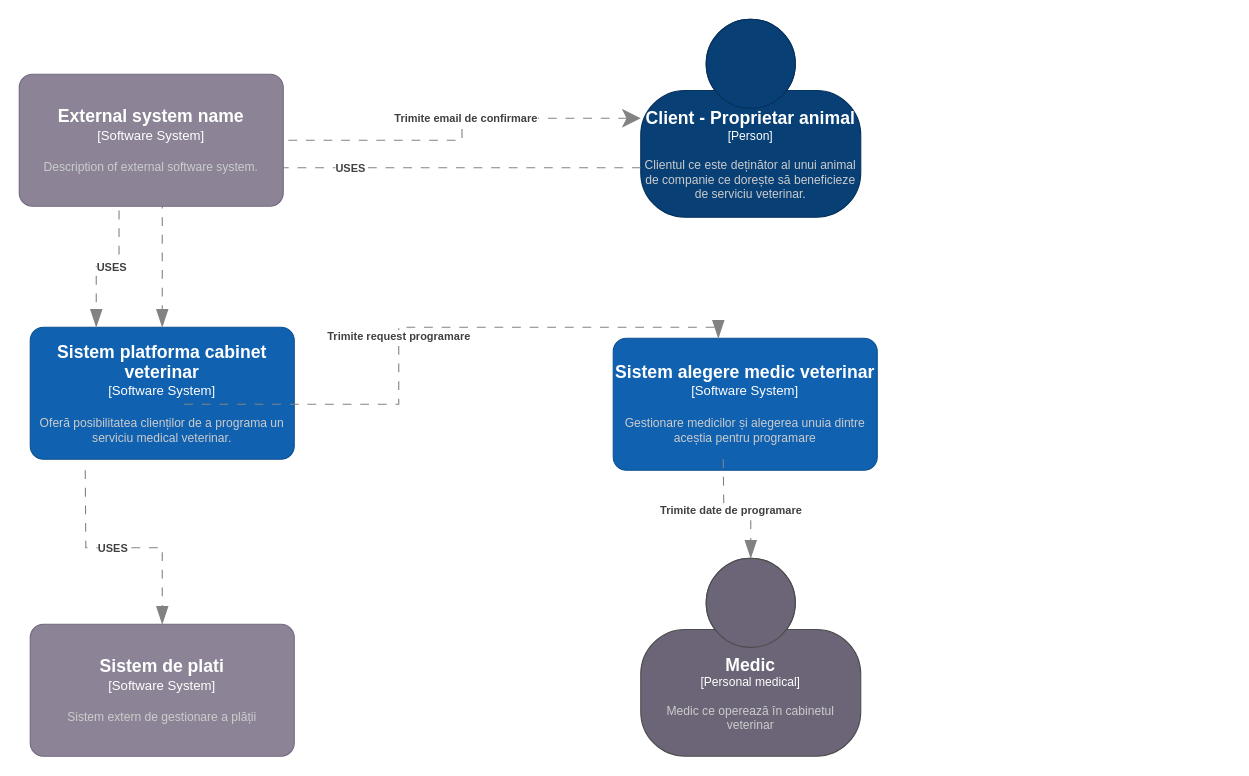
Above: Level1-Context.drawio in MateiTiplea/Lab4_IP (draw.io), before the change. Source tidied: cells renumbered, new cells numbered last; positions are measured from the earlier drawing's top-left corner, leaving out a move shared by most shapes. Both pictures are drawn from the tidied source at 110%, with x=0, y=0 at pixel (19, 19).
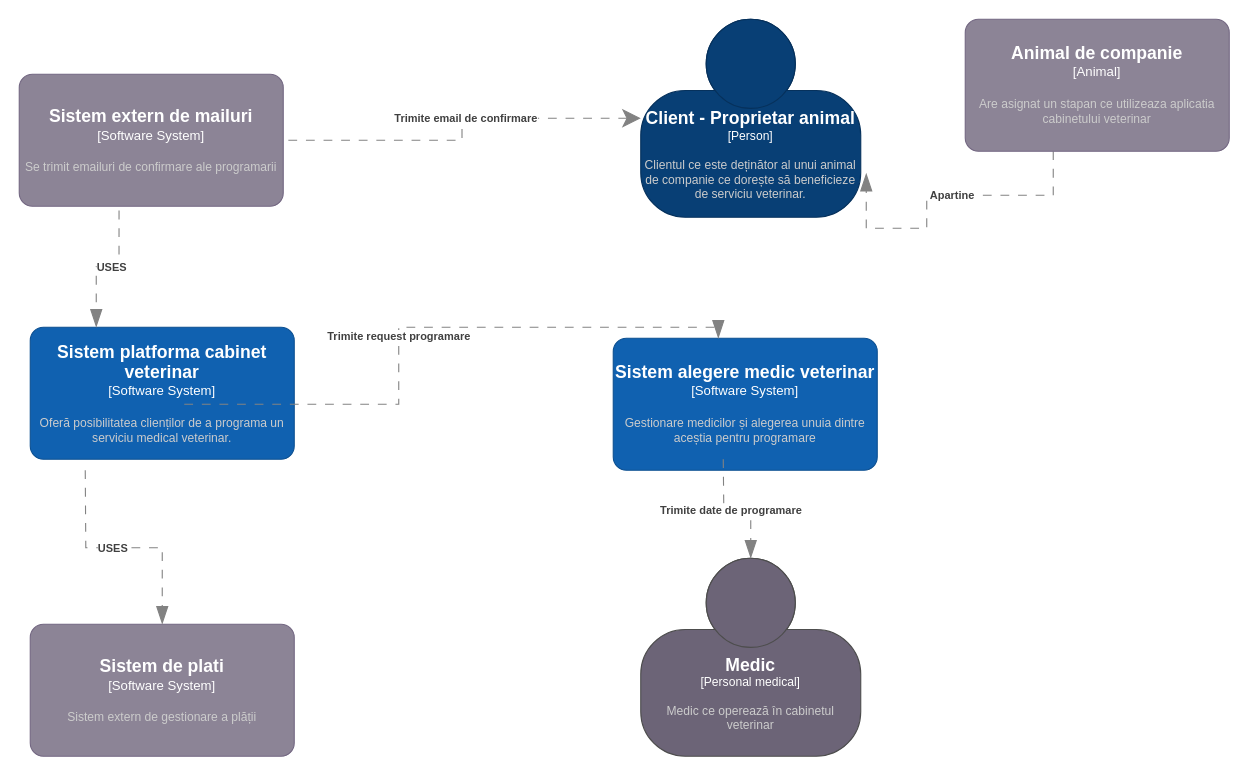
After the change.

Commit message (it also covers changes not shown here):
Resolved problems - animal

The change refers to these unchanged cells:
```xml
<object id="2" label="&lt;font style=&quot;font-size: 16px&quot;&gt;&lt;b&gt;%c4Name%&lt;/b&gt;&lt;/font&gt;&lt;div&gt;[%c4Type%]&lt;/div&gt;&lt;br&gt;&lt;div&gt;&lt;font style=&quot;font-size: 11px&quot;&gt;&lt;font color=&quot;#cccccc&quot;&gt;%c4Description%&lt;/font&gt;&lt;/div&gt;" c4Description="Clientul ce este deținător al unui animal de companie ce dorește să beneficieze de serviciu veterinar." c4Name="Client - Proprietar animal" c4Type="Person" placeholders="1">
  <mxCell style="html=1;fontSize=11;dashed=0;whiteSpace=wrap;fillColor=#083F75;strokeColor=#06315C;fontColor=#ffffff;shape=mxgraph.c4.person2;align=center;points=[[0.5,0,0],[1,0.5,0],[1,0.75,0],[0.75,1,0],[0.5,1,0],[0.25,1,0],[0,0.75,0],[0,0.5,0]];" parent="1" vertex="1">
    <mxGeometry x="565" width="200" height="180" as="geometry" />
  </mxCell>
</object>
<object id="3" label="&lt;font style=&quot;font-size: 16px&quot;&gt;&lt;b&gt;%c4Name%&lt;/b&gt;&lt;/font&gt;&lt;div&gt;[%c4Type%]&lt;/div&gt;&lt;br&gt;&lt;div&gt;&lt;font style=&quot;font-size: 11px&quot;&gt;&lt;font color=&quot;#cccccc&quot;&gt;%c4Description%&lt;/font&gt;&lt;/div&gt;" c4Description="Oferă posibilitatea clienților de a programa un serviciu medical veterinar." c4Name="Sistem platforma cabinet veterinar" c4Type="Software System" placeholders="1">
  <mxCell style="rounded=1;whiteSpace=wrap;html=1;labelBackgroundColor=none;fillColor=#1061B0;fontColor=#ffffff;align=center;arcSize=10;strokeColor=#0D5091;points=[[0.25,0,0],[0.5,0,0],[0.75,0,0],[1,0.25,0],[1,0.5,0],[1,0.75,0],[0.75,1,0],[0.5,1,0],[0.25,1,0],[0,0.75,0],[0,0.5,0],[0,0.25,0]];" parent="1" vertex="1">
    <mxGeometry x="10" y="280" width="240" height="120" as="geometry" />
  </mxCell>
</object>
```

The edit, as a diff of the source:
```diff
@@
-    <object id="4" label="&lt;div style=&quot;text-align: left&quot;&gt;&lt;div style=&quot;text-align: center&quot;&gt;&lt;b&gt;%c4Description%&lt;/b&gt;&lt;/div&gt;" c4Description="USES" placeholders="1">
-      <mxCell style="endArrow=blockThin;html=1;fontSize=10;fontColor=#404040;strokeWidth=1;endFill=1;strokeColor=#828282;elbow=vertical;endSize=14;startSize=14;jumpStyle=arc;jumpSize=16;rounded=0;edgeStyle=orthogonalEdgeStyle;entryX=0.5;entryY=0;entryDx=0;entryDy=0;entryPerimeter=0;dashed=1;dashPattern=8 8;exitX=0;exitY=0.75;exitDx=0;exitDy=0;exitPerimeter=0;" parent="1" edge="1" source="2" target="3">
-        <mxGeometry x="-0.09" relative="1" as="geometry" />
-      </mxCell>
-    </object>
@@
-    <object id="7" label="&lt;font style=&quot;font-size: 16px&quot;&gt;&lt;b&gt;%c4Name%&lt;/b&gt;&lt;/font&gt;&lt;div&gt;[%c4Type%]&lt;/div&gt;&lt;br&gt;&lt;div&gt;&lt;font style=&quot;font-size: 11px&quot;&gt;&lt;font color=&quot;#cccccc&quot;&gt;%c4Description%&lt;/font&gt;&lt;/div&gt;" c4Description="Description of external software system." c4Name="External system name" c4Type="Software System" placeholders="1">
+    <object id="7" label="&lt;font style=&quot;font-size: 16px&quot;&gt;&lt;b&gt;%c4Name%&lt;/b&gt;&lt;/font&gt;&lt;div&gt;[%c4Type%]&lt;/div&gt;&lt;br&gt;&lt;div&gt;&lt;font style=&quot;font-size: 11px&quot;&gt;&lt;font color=&quot;#cccccc&quot;&gt;%c4Description%&lt;/font&gt;&lt;/div&gt;" c4Description="Se trimit emailuri de confirmare ale programarii" c4Name="Sistem extern de mailuri" c4Type="Software System" placeholders="1">
       <mxCell style="rounded=1;whiteSpace=wrap;html=1;labelBackgroundColor=none;fillColor=#8C8496;fontColor=#ffffff;align=center;arcSize=10;strokeColor=#736782;points=[[0.25,0,0],[0.5,0,0],[0.75,0,0],[1,0.25,0],[1,0.5,0],[1,0.75,0],[0.75,1,0],[0.5,1,0],[0.25,1,0],[0,0.75,0],[0,0.5,0],[0,0.25,0]];" parent="1" vertex="1">
         <mxGeometry y="50" width="240" height="120" as="geometry" />
       </mxCell>
     </object>
@@
+    <object id="14" label="&lt;div style=&quot;text-align: left&quot;&gt;&lt;div style=&quot;text-align: center&quot;&gt;&lt;b&gt;%c4Description%&lt;/b&gt;&lt;/div&gt;" c4Description="Apartine" placeholders="1">
+      <mxCell style="endArrow=blockThin;html=1;fontSize=10;fontColor=#404040;strokeWidth=1;endFill=1;strokeColor=#828282;elbow=vertical;endSize=14;startSize=14;jumpStyle=arc;jumpSize=16;rounded=0;edgeStyle=orthogonalEdgeStyle;dashed=1;dashPattern=8 8;exitX=0;exitY=0.5;exitDx=0;exitDy=0;exitPerimeter=0;" parent="1" edge="1">
+        <mxGeometry x="-0.09" relative="1" as="geometry">
+          <mxPoint x="940" y="120" as="sourcePoint" />
+          <mxPoint x="770" y="140" as="targetPoint" />
+          <Array as="points">
+            <mxPoint x="840" y="160" />
+            <mxPoint x="825" y="160" />
+            <mxPoint x="825" y="190" />
+            <mxPoint x="770" y="190" />
+            <mxPoint x="770" y="200" />
+          </Array>
+        </mxGeometry>
+      </mxCell>
+    </object>
+    <object id="15" label="&lt;font style=&quot;font-size: 16px&quot;&gt;&lt;b&gt;%c4Name%&lt;/b&gt;&lt;/font&gt;&lt;div&gt;[%c4Type%]&lt;/div&gt;&lt;br&gt;&lt;div&gt;&lt;font style=&quot;font-size: 11px&quot;&gt;&lt;font color=&quot;#cccccc&quot;&gt;%c4Description%&lt;/font&gt;&lt;/div&gt;" c4Description="Are asignat un stapan ce utilizeaza aplicatia cabinetului veterinar" c4Name="Animal de companie" c4Type="Animal" placeholders="1">
+      <mxCell style="rounded=1;whiteSpace=wrap;html=1;labelBackgroundColor=none;fillColor=#8C8496;fontColor=#ffffff;align=center;arcSize=10;strokeColor=#736782;" parent="1" vertex="1">
+        <mxGeometry x="860" width="240" height="120" as="geometry" />
+      </mxCell>
+    </object>
```
